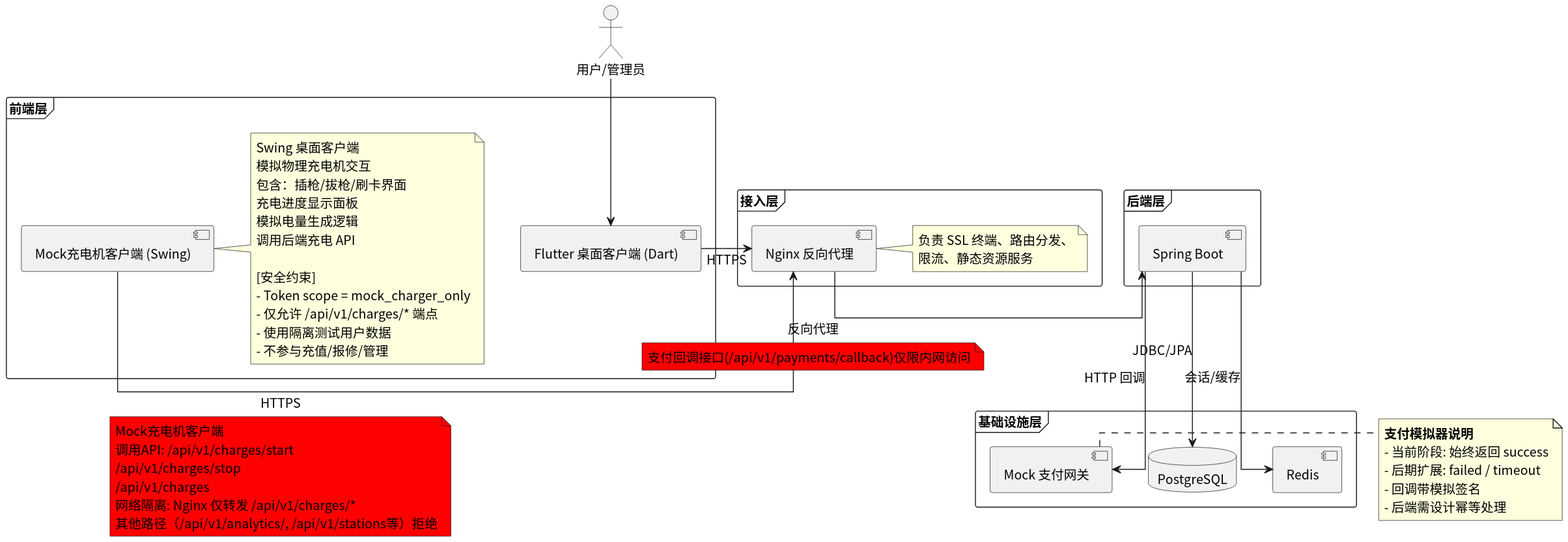
Above: usecase/docs/containerd/img/deployment_overview.svg in greenhandzdl/charging-station-doc (PlantUML), before the change.
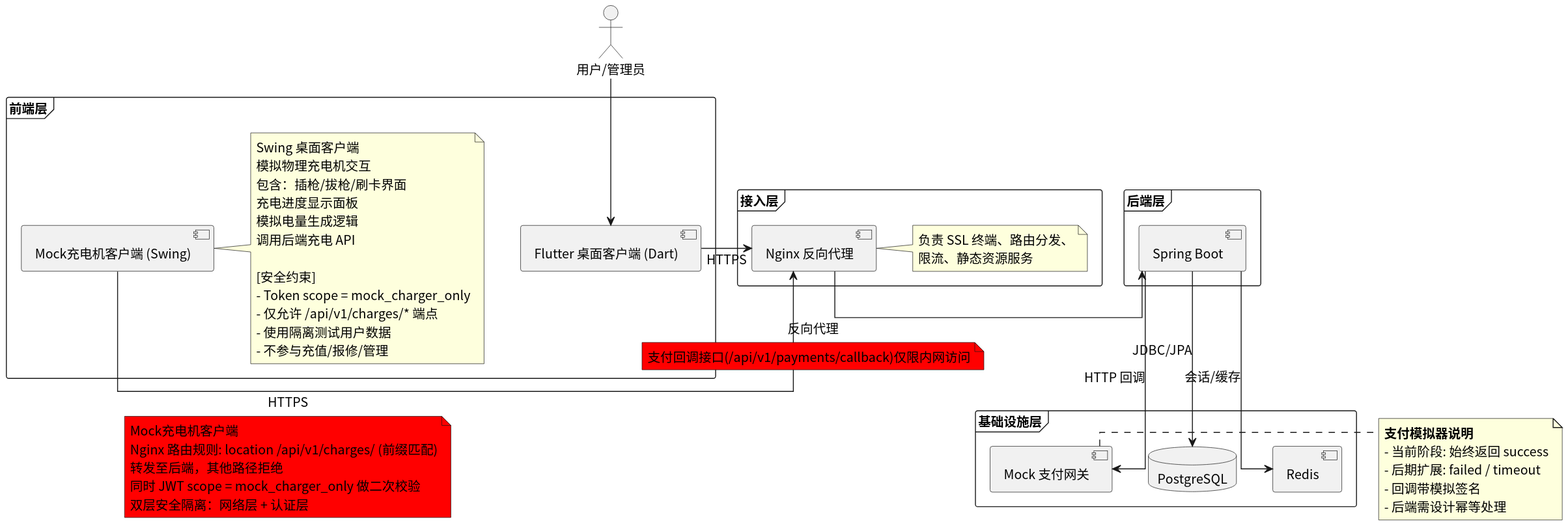
Later version of the same file.

Change to the diagram source:
```diff
@@ -46,7 +46,7 @@
 FE -right-> NGX : HTTPS
 
 MC -right-> NGX : HTTPS
-note on link #f00: Mock充电机客户端\n调用API: /api/v1/charges/start\n/api/v1/charges/stop\n/api/v1/charges\n网络隔离: Nginx 仅转发 /api/v1/charges/*\n其他路径（/api/v1/analytics/, /api/v1/stations等）拒绝
+note on link #f00: Mock充电机客户端\nNginx 路由规则: location /api/v1/charges/ (前缀匹配)\n转发至后端，其他路径拒绝\n同时 JWT scope = mock_charger_only 做二次校验\n双层安全隔离：网络层 + 认证层
 
 NGX -right-> BE : 反向代理
 note on link #f00: 支付回调接口(/api/v1/payments/callback)仅限内网访问
```
